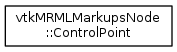
Above: master/inherit_graph_141.png in jamesobutler/apidocs.slicer.org (Graphviz), before the change. Its source is kept beside it as master/inherit_graph_141.dot.
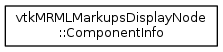
Later version of the same file.

What changed in the source:
```diff
@@ -4,5 +4,5 @@
   edge [fontname="Helvetica",fontsize="10",labelfontname="Helvetica",labelfontsize="10"];
   node [fontname="Helvetica",fontsize="10",shape=record];
   rankdir="LR";
-  Node0 [label="vtkMRMLMarkupsNode\l::ControlPoint",height=0.2,width=0.4,color="black",URL="$structvtkMRMLMarkupsNode_1_1ControlPoint.html"];
+  Node0 [label="vtkMRMLMarkupsDisplayNode\l::ComponentInfo",height=0.2,width=0.4,color="black",URL="$structvtkMRMLMarkupsDisplayNode_1_1ComponentInfo.html"];
 }
```
